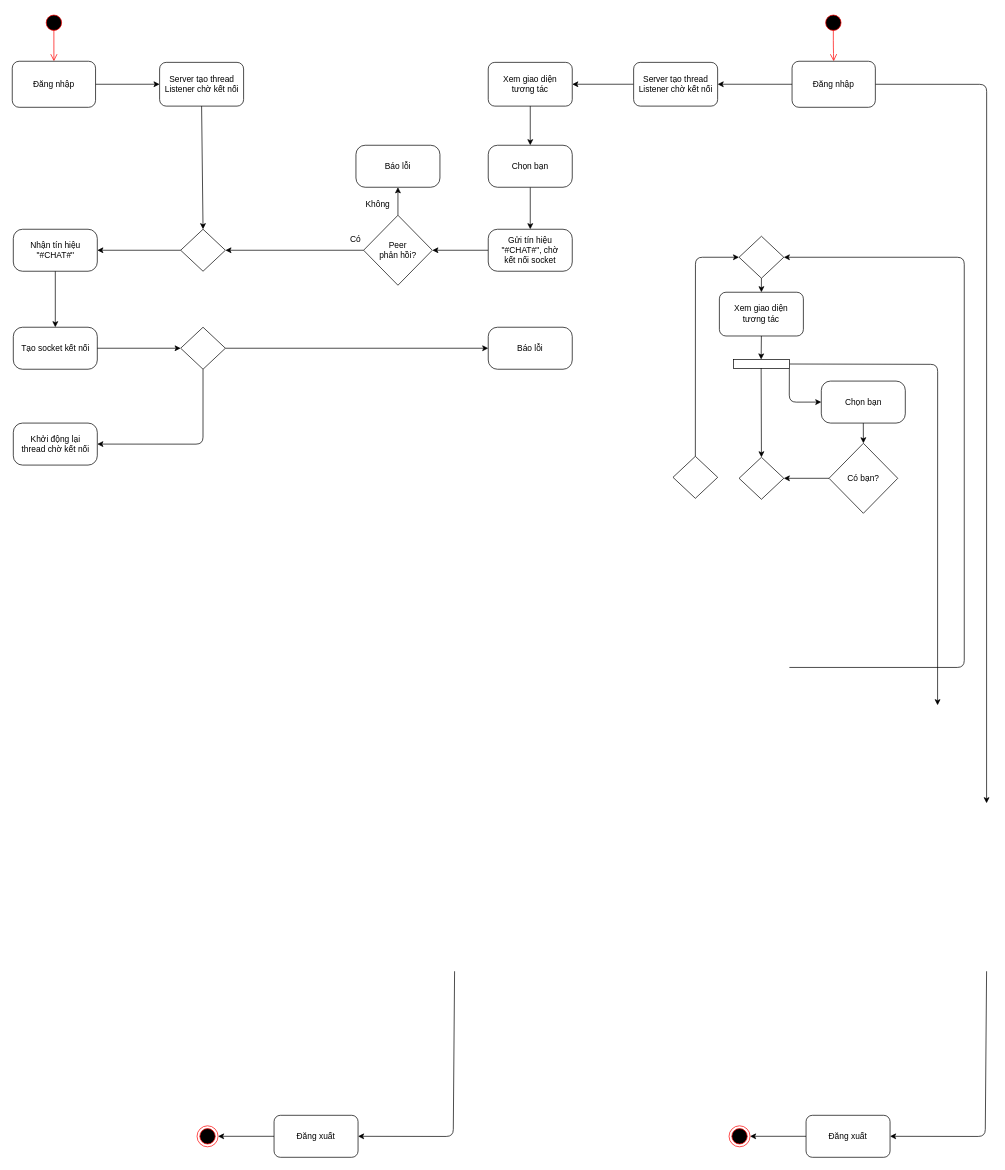
Earlier version of the draw.io diagram e2.drawio (thuankhangho/btl-mmt). Source tidied: cells renumbered, new cells numbered last; positions are measured from the earlier drawing's top-left corner, leaving out a move shared by most shapes. Both pictures are drawn from the tidied source at 70%, with x=0, y=0 at pixel (12, 12).
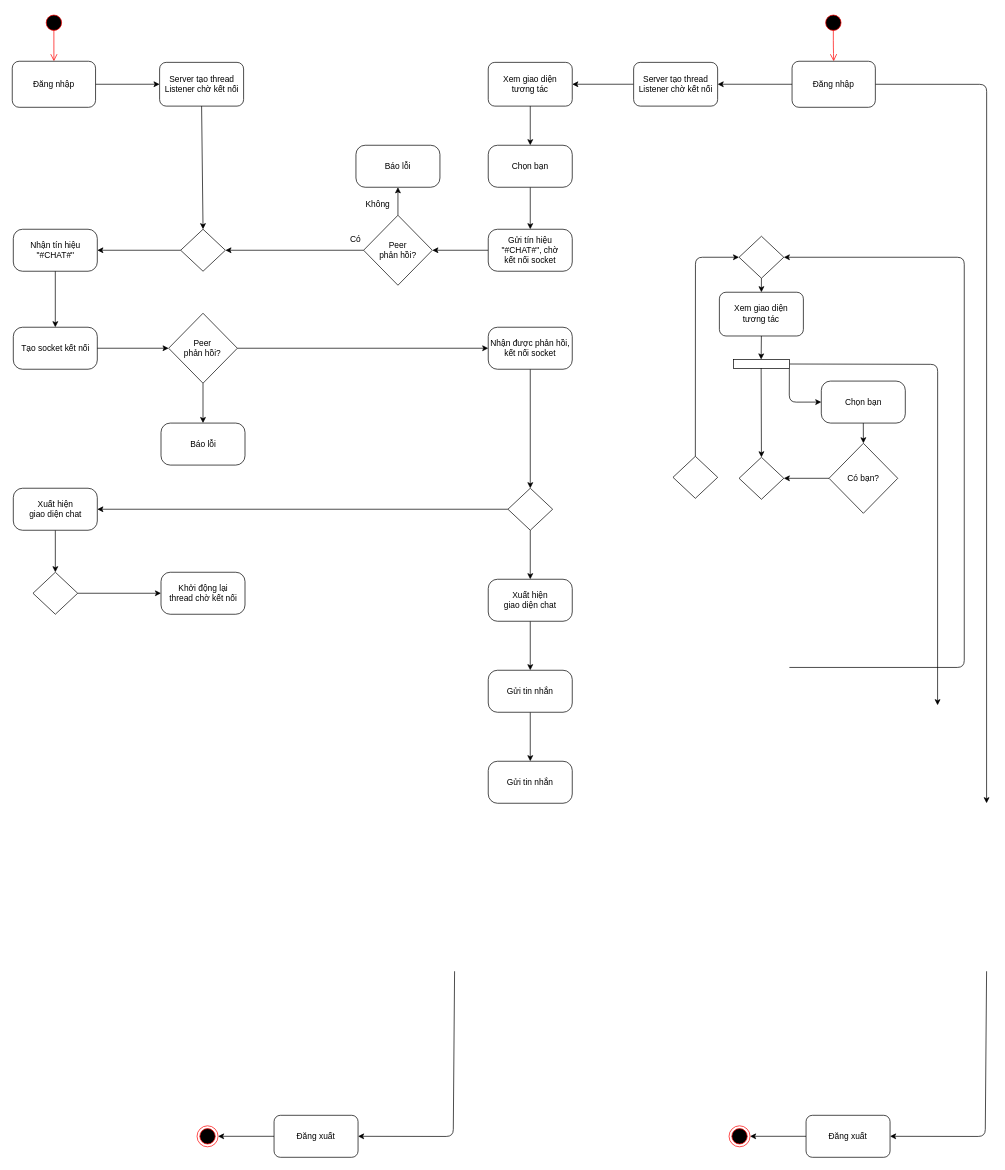
The same diagram, later.

Unchanged cells that the change refers to:
```xml
<mxCell id="55" value="Tạo socket kết nối" style="whiteSpace=wrap;html=1;rounded=1;arcSize=22;" parent="1" vertex="1">
  <mxGeometry x="1.5" y="450" width="120" height="60" as="geometry" />
</mxCell>
```

Diff of the diagram source:
```diff
@@
-    <mxCell id="57" style="edgeStyle=none;html=1;entryX=0;entryY=0.5;entryDx=0;entryDy=0;" parent="1" edge="1" source="58" target="62">
+    <mxCell id="57" style="edgeStyle=none;html=1;entryX=0;entryY=0.5;entryDx=0;entryDy=0;exitX=1;exitY=0.5;exitDx=0;exitDy=0;" parent="1" edge="1" source="64" target="62">
       <mxGeometry relative="1" as="geometry" />
     </mxCell>
-    <mxCell id="58" style="rhombus;whiteSpace=wrap;html=1;" parent="1" vertex="1">
-      <mxGeometry x="240.6" y="450" width="63.9" height="60" as="geometry" />
-    </mxCell>
-    <mxCell id="59" style="edgeStyle=none;html=1;entryX=0;entryY=0.5;entryDx=0;entryDy=0;" parent="1" edge="1" source="55" target="58">
+    <mxCell id="59" style="edgeStyle=none;html=1;entryX=0;entryY=0.5;entryDx=0;entryDy=0;" parent="1" edge="1" source="55" target="64">
       <mxGeometry relative="1" as="geometry" />
     </mxCell>
-    <mxCell id="60" value="Khởi động lại &lt;br&gt;thread chờ kết nối" style="whiteSpace=wrap;html=1;rounded=1;arcSize=22;" parent="1" vertex="1">
-      <mxGeometry x="1.5" y="586.9" width="120" height="60" as="geometry" />
+    <mxCell id="60" value="Báo lỗi" style="whiteSpace=wrap;html=1;rounded=1;arcSize=22;" parent="1" vertex="1">
+      <mxGeometry x="212.5" y="586.9" width="120" height="60" as="geometry" />
     </mxCell>
-    <mxCell id="61" style="edgeStyle=none;html=1;entryX=1;entryY=0.5;entryDx=0;entryDy=0;" parent="1" edge="1" source="58" target="60">
-      <mxGeometry relative="1" as="geometry">
-        <Array as="points">
-          <mxPoint x="272.5" y="617" />
-        </Array>
-      </mxGeometry>
+    <mxCell id="61" style="edgeStyle=none;html=1;entryX=0.5;entryY=0;entryDx=0;entryDy=0;exitX=0.5;exitY=1;exitDx=0;exitDy=0;" parent="1" edge="1" source="64" target="60">
+      <mxGeometry relative="1" as="geometry" />
     </mxCell>
+    <mxCell id="63" style="edgeStyle=none;html=1;" parent="1" edge="1" source="62" target="68">
+      <mxGeometry relative="1" as="geometry" />
+    </mxCell>
-    <mxCell id="62" value="Báo lỗi" style="whiteSpace=wrap;html=1;rounded=1;arcSize=22;" parent="1" vertex="1">
+    <mxCell id="62" value="Nhận được phản hồi,&lt;br&gt;kết nối socket&lt;br&gt;" style="whiteSpace=wrap;html=1;rounded=1;arcSize=22;" parent="1" vertex="1">
       <mxGeometry x="680" y="450" width="120" height="60" as="geometry" />
     </mxCell>
+    <mxCell id="64" value="Peer&lt;br&gt;phản hồi?" style="rhombus;whiteSpace=wrap;html=1;" parent="1" vertex="1">
+      <mxGeometry x="223.4" y="430" width="98.2" height="100" as="geometry" />
+    </mxCell>
+    <mxCell id="65" value="Khởi động lại &lt;br&gt;thread chờ kết nối" style="whiteSpace=wrap;html=1;rounded=1;arcSize=22;" parent="1" vertex="1">
+      <mxGeometry x="212.5" y="800" width="120" height="60" as="geometry" />
+    </mxCell>
+    <mxCell id="66" style="edgeStyle=none;html=1;entryX=1;entryY=0.5;entryDx=0;entryDy=0;" parent="1" edge="1" source="68" target="70">
+      <mxGeometry relative="1" as="geometry" />
+    </mxCell>
+    <mxCell id="67" style="edgeStyle=none;html=1;" parent="1" edge="1" source="68" target="72">
+      <mxGeometry relative="1" as="geometry" />
+    </mxCell>
+    <mxCell id="68" style="rhombus;whiteSpace=wrap;html=1;" parent="1" vertex="1">
+      <mxGeometry x="708.1" y="680" width="63.9" height="60" as="geometry" />
+    </mxCell>
+    <mxCell id="69" style="edgeStyle=none;html=1;entryX=0.5;entryY=0;entryDx=0;entryDy=0;" parent="1" edge="1" source="70" target="74">
+      <mxGeometry relative="1" as="geometry" />
+    </mxCell>
+    <mxCell id="70" value="Xuất hiện &lt;br&gt;giao diện chat" style="whiteSpace=wrap;html=1;rounded=1;arcSize=22;" parent="1" vertex="1">
+      <mxGeometry x="1.5" y="680" width="120" height="60" as="geometry" />
+    </mxCell>
+    <mxCell id="71" style="edgeStyle=none;html=1;entryX=0.5;entryY=0;entryDx=0;entryDy=0;" parent="1" edge="1" source="72" target="76">
+      <mxGeometry relative="1" as="geometry" />
+    </mxCell>
+    <mxCell id="72" value="Xuất hiện &lt;br&gt;giao diện chat" style="whiteSpace=wrap;html=1;rounded=1;arcSize=22;" parent="1" vertex="1">
+      <mxGeometry x="680" y="810" width="120" height="60" as="geometry" />
+    </mxCell>
+    <mxCell id="73" style="edgeStyle=none;html=1;entryX=0;entryY=0.5;entryDx=0;entryDy=0;" parent="1" edge="1" source="74" target="65">
+      <mxGeometry relative="1" as="geometry" />
+    </mxCell>
+    <mxCell id="74" style="rhombus;whiteSpace=wrap;html=1;" parent="1" vertex="1">
+      <mxGeometry x="29.6" y="800" width="63.9" height="60" as="geometry" />
+    </mxCell>
+    <mxCell id="75" style="edgeStyle=none;html=1;entryX=0.5;entryY=0;entryDx=0;entryDy=0;" parent="1" edge="1" source="76" target="77">
+      <mxGeometry relative="1" as="geometry" />
+    </mxCell>
+    <mxCell id="76" value="Gửi tin nhắn" style="whiteSpace=wrap;html=1;rounded=1;arcSize=22;" parent="1" vertex="1">
+      <mxGeometry x="680" y="940" width="120" height="60" as="geometry" />
+    </mxCell>
+    <mxCell id="77" value="Gửi tin nhắn" style="whiteSpace=wrap;html=1;rounded=1;arcSize=22;" parent="1" vertex="1">
+      <mxGeometry x="680" y="1070" width="120" height="60" as="geometry" />
+    </mxCell>
```
